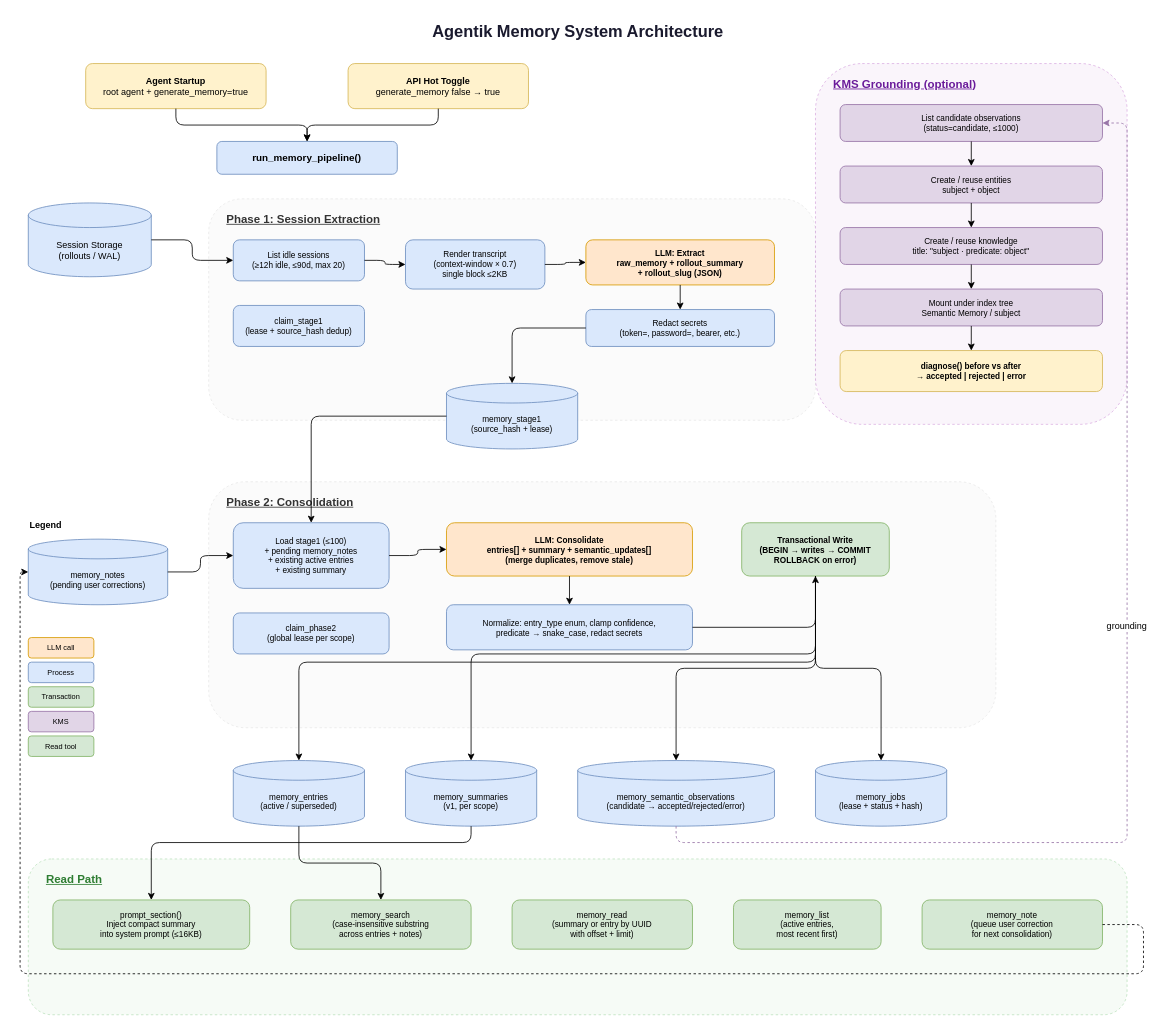
Above: crates/agentik-memory/architecture.drawio in auto-nomics/autonomics (draw.io), before the change. Source tidied: cells renumbered, new cells numbered last; positions are measured from the earlier drawing's top-left corner, leaving out a move shared by most shapes. Both pictures are drawn from the tidied source at 82%, with x=0, y=0 at pixel (20, 14).
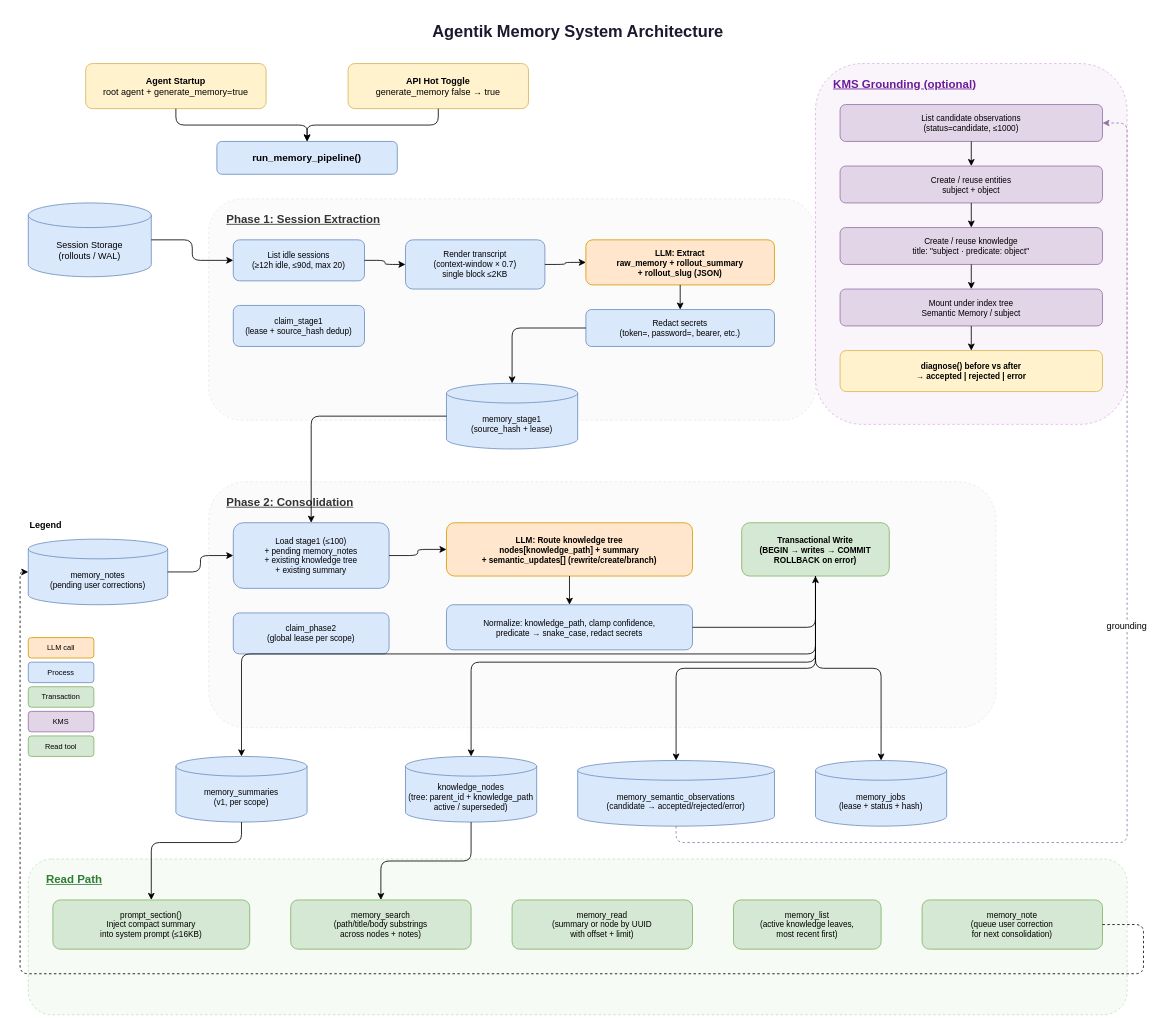
Above is the later version.

The change refers to these unchanged cells:
```xml
<mxCell id="28" value="Transactional Write&#10;(BEGIN → writes → COMMIT&#10;ROLLBACK on error)" style="rounded=1;whiteSpace=wrap;html=1;fillColor=#d5e8d4;strokeColor=#82b366;fontSize=10;fontStyle=1;" parent="1" vertex="1">
  <mxGeometry x="880" y="620" width="180" height="65" as="geometry" />
</mxCell>
<mxCell id="57" value="prompt_section()&#10;Inject compact summary&#10;into system prompt (≤16KB)" style="rounded=1;whiteSpace=wrap;html=1;fillColor=#d5e8d4;strokeColor=#82b366;fontSize=10;" parent="1" vertex="1">
  <mxGeometry x="40" y="1080" width="240" height="60" as="geometry" />
</mxCell>
```

The edit, as a diff of the source:
```diff
@@
-    <mxCell id="24" value="Load stage1 (≤100)&#10;+ pending memory_notes&#10;+ existing active entries&#10;+ existing summary" style="rounded=1;whiteSpace=wrap;html=1;fillColor=#dae8fc;strokeColor=#6c8ebf;fontSize=10;" parent="1" vertex="1">
+    <mxCell id="24" value="Load stage1 (≤100)&#10;+ pending memory_notes&#10;+ existing knowledge tree&#10;+ existing summary" style="rounded=1;whiteSpace=wrap;html=1;fillColor=#dae8fc;strokeColor=#6c8ebf;fontSize=10;" parent="1" vertex="1">
       <mxGeometry x="260" y="620" width="190" height="80" as="geometry" />
     </mxCell>
@@
-    <mxCell id="26" value="LLM: Consolidate&#10;entries[] + summary + semantic_updates[]&#10;(merge duplicates, remove stale)" style="rounded=1;whiteSpace=wrap;html=1;fillColor=#ffe6cc;strokeColor=#d79b00;fontSize=10;fontStyle=1;" parent="1" vertex="1">
+    <mxCell id="26" value="LLM: Route knowledge tree&#10;nodes[knowledge_path] + summary&#10;+ semantic_updates[] (rewrite/create/branch)" style="rounded=1;whiteSpace=wrap;html=1;fillColor=#ffe6cc;strokeColor=#d79b00;fontSize=10;fontStyle=1;" parent="1" vertex="1">
       <mxGeometry x="520" y="620" width="300" height="65" as="geometry" />
     </mxCell>
-    <mxCell id="27" value="Normalize: entry_type enum, clamp confidence,&#10;predicate → snake_case, redact secrets" style="rounded=1;whiteSpace=wrap;html=1;fillColor=#dae8fc;strokeColor=#6c8ebf;fontSize=10;" parent="1" vertex="1">
+    <mxCell id="27" value="Normalize: knowledge_path, clamp confidence,&#10;predicate → snake_case, redact secrets" style="rounded=1;whiteSpace=wrap;html=1;fillColor=#dae8fc;strokeColor=#6c8ebf;fontSize=10;" parent="1" vertex="1">
       <mxGeometry x="520" y="720" width="300" height="55" as="geometry" />
     </mxCell>
@@
-    <mxCell id="35" value="memory_entries&#10;(active / superseded)" style="shape=cylinder3;whiteSpace=wrap;html=1;boundedLbl=1;backgroundOutline=1;size=12;fillColor=#dae8fc;strokeColor=#6c8ebf;fontSize=10;" parent="1" vertex="1">
-      <mxGeometry x="260" y="910" width="160" height="80" as="geometry" />
+    <mxCell id="35" value="knowledge_nodes&#10;(tree: parent_id + knowledge_path&#10;active / superseded)" style="shape=cylinder3;whiteSpace=wrap;html=1;boundedLbl=1;backgroundOutline=1;size=12;fillColor=#dae8fc;strokeColor=#6c8ebf;fontSize=10;" parent="1" vertex="1">
+      <mxGeometry x="470" y="905" width="160" height="80" as="geometry" />
     </mxCell>
     <mxCell id="36" value="memory_summaries&#10;(v1, per scope)" style="shape=cylinder3;whiteSpace=wrap;html=1;boundedLbl=1;backgroundOutline=1;size=12;fillColor=#dae8fc;strokeColor=#6c8ebf;fontSize=10;" parent="1" vertex="1">
-      <mxGeometry x="470" y="910" width="160" height="80" as="geometry" />
+      <mxGeometry x="190" y="905" width="160" height="80" as="geometry" />
     </mxCell>
@@
     <mxCell id="39" style="edgeStyle=orthogonalEdgeStyle;rounded=1;" parent="1" edge="1" source="28" target="35">
-      <mxGeometry relative="1" as="geometry">
+      <mxGeometry x="0.59" relative="1" as="geometry">
         <Array as="points">
           <mxPoint x="970" y="790" />
-          <mxPoint x="340" y="790" />
+          <mxPoint x="550" y="790" />
         </Array>
       </mxGeometry>
     </mxCell>
     <mxCell id="40" style="edgeStyle=orthogonalEdgeStyle;rounded=1;" parent="1" edge="1" source="28" target="36">
-      <mxGeometry relative="1" as="geometry">
+      <mxGeometry x="0.04" relative="1" as="geometry">
         <Array as="points">
           <mxPoint x="970" y="780" />
-          <mxPoint x="550" y="780" />
+          <mxPoint x="270" y="780" />
         </Array>
       </mxGeometry>
     </mxCell>
@@
-    <mxCell id="58" value="memory_search&#10;(case-insensitive substring&#10;across entries + notes)" style="rounded=1;whiteSpace=wrap;html=1;fillColor=#d5e8d4;strokeColor=#82b366;fontSize=10;" parent="1" vertex="1">
+    <mxCell id="58" value="memory_search&#10;(path/title/body substrings&#10;across nodes + notes)" style="rounded=1;whiteSpace=wrap;html=1;fillColor=#d5e8d4;strokeColor=#82b366;fontSize=10;" parent="1" vertex="1">
       <mxGeometry x="330" y="1080" width="220" height="60" as="geometry" />
     </mxCell>
-    <mxCell id="59" value="memory_read&#10;(summary or entry by UUID&#10;with offset + limit)" style="rounded=1;whiteSpace=wrap;html=1;fillColor=#d5e8d4;strokeColor=#82b366;fontSize=10;" parent="1" vertex="1">
+    <mxCell id="59" value="memory_read&#10;(summary or node by UUID&#10;with offset + limit)" style="rounded=1;whiteSpace=wrap;html=1;fillColor=#d5e8d4;strokeColor=#82b366;fontSize=10;" parent="1" vertex="1">
       <mxGeometry x="600" y="1080" width="220" height="60" as="geometry" />
     </mxCell>
-    <mxCell id="60" value="memory_list&#10;(active entries,&#10;most recent first)" style="rounded=1;whiteSpace=wrap;html=1;fillColor=#d5e8d4;strokeColor=#82b366;fontSize=10;" parent="1" vertex="1">
+    <mxCell id="60" value="memory_list&#10;(active knowledge leaves,&#10;most recent first)" style="rounded=1;whiteSpace=wrap;html=1;fillColor=#d5e8d4;strokeColor=#82b366;fontSize=10;" parent="1" vertex="1">
       <mxGeometry x="870" y="1080" width="180" height="60" as="geometry" />
     </mxCell>
@@
     <mxCell id="62" style="edgeStyle=orthogonalEdgeStyle;rounded=1;" parent="1" edge="1" source="36" target="57">
-      <mxGeometry relative="1" as="geometry">
+      <mxGeometry x="0.4" relative="1" as="geometry">
         <Array as="points">
-          <mxPoint x="550" y="1010" />
+          <mxPoint x="270" y="1010" />
           <mxPoint x="160" y="1010" />
         </Array>
       </mxGeometry>
     </mxCell>
```
